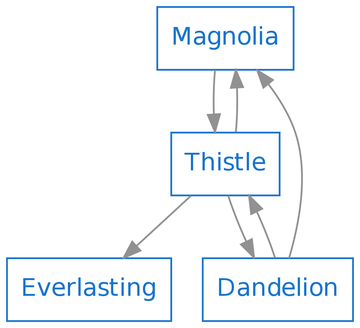
Earlier version of the Graphviz export img/components.png (alexluke/bnj-presentation). Its source is kept beside it as components.dot.
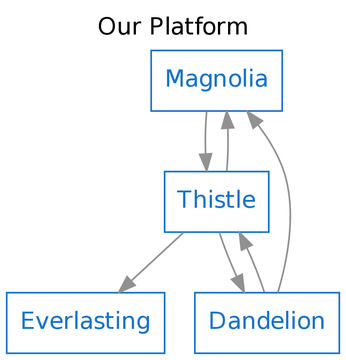
Above is the later version.

Commit message:
Add title to component diagram

Diff of the diagram source:
```diff
@@ -1,4 +1,6 @@
 digraph components {
+	label="Our Platform"
+	labelloc=top
 	size="10,10!"
 	node [shape=box color=dodgerblue3 penwidth=1 fontcolor=dodgerblue3]
 	edge [color=gray57]
```
